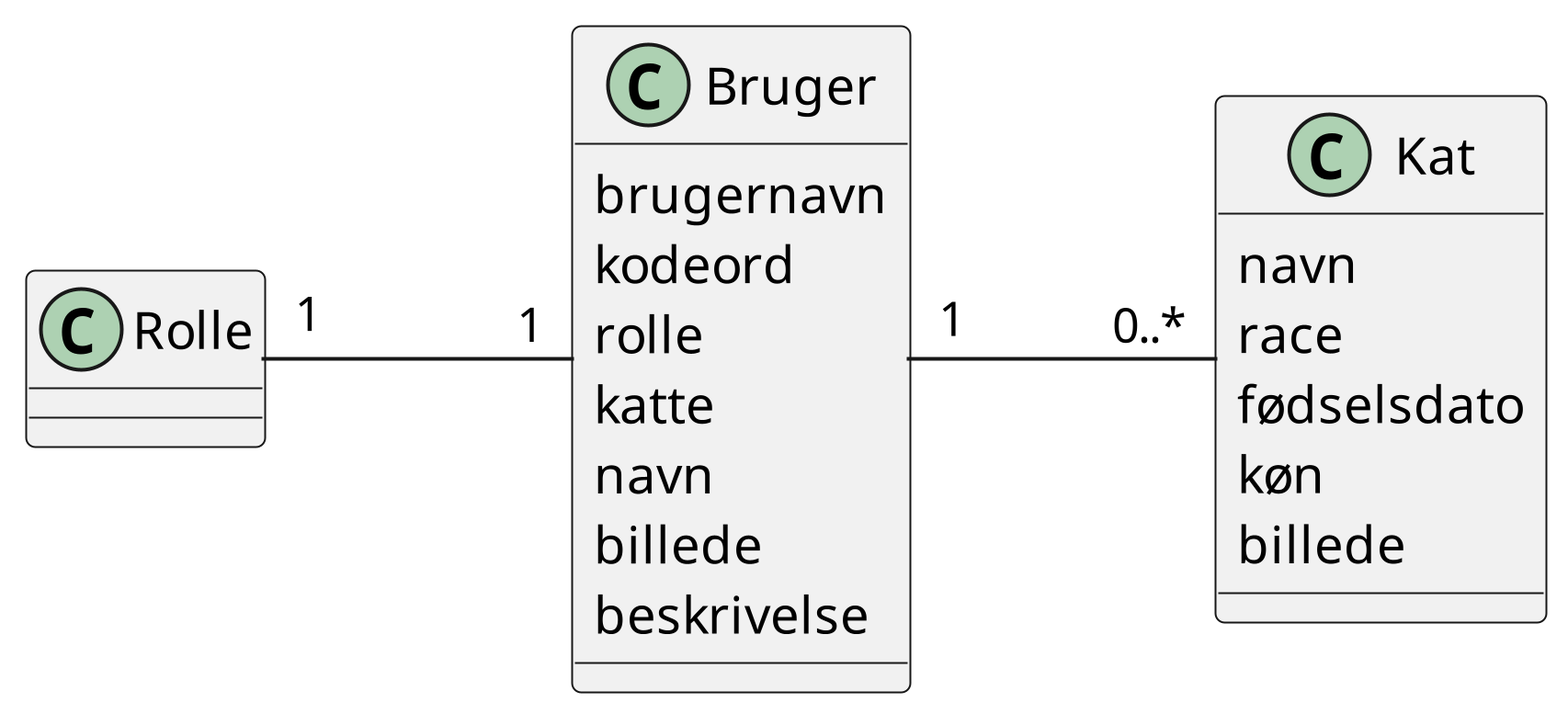
Above: diagram/domain-model.png in sofush/racekat (PlantUML), before the change.
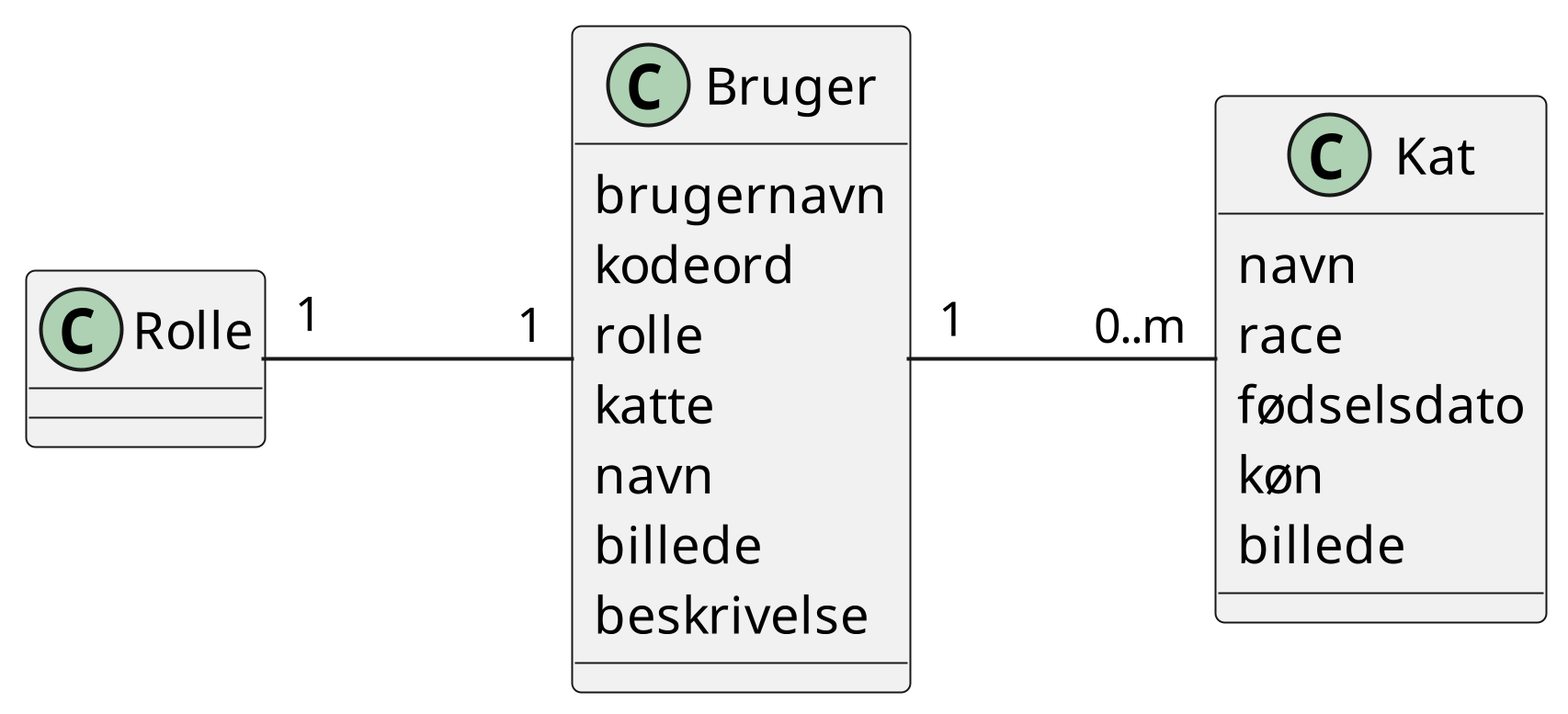
Above is the later version.

Commit message:
docs: update zero-to-many representation

Change to the diagram source:
```diff
@@ -19,6 +19,6 @@
 class Rolle {}
 
 Rolle "1" -r-- "1" Bruger
-Bruger "1" -r-- "0..*" Kat
+Bruger "1" -r-- "0..m" Kat
 
 @enduml
```
